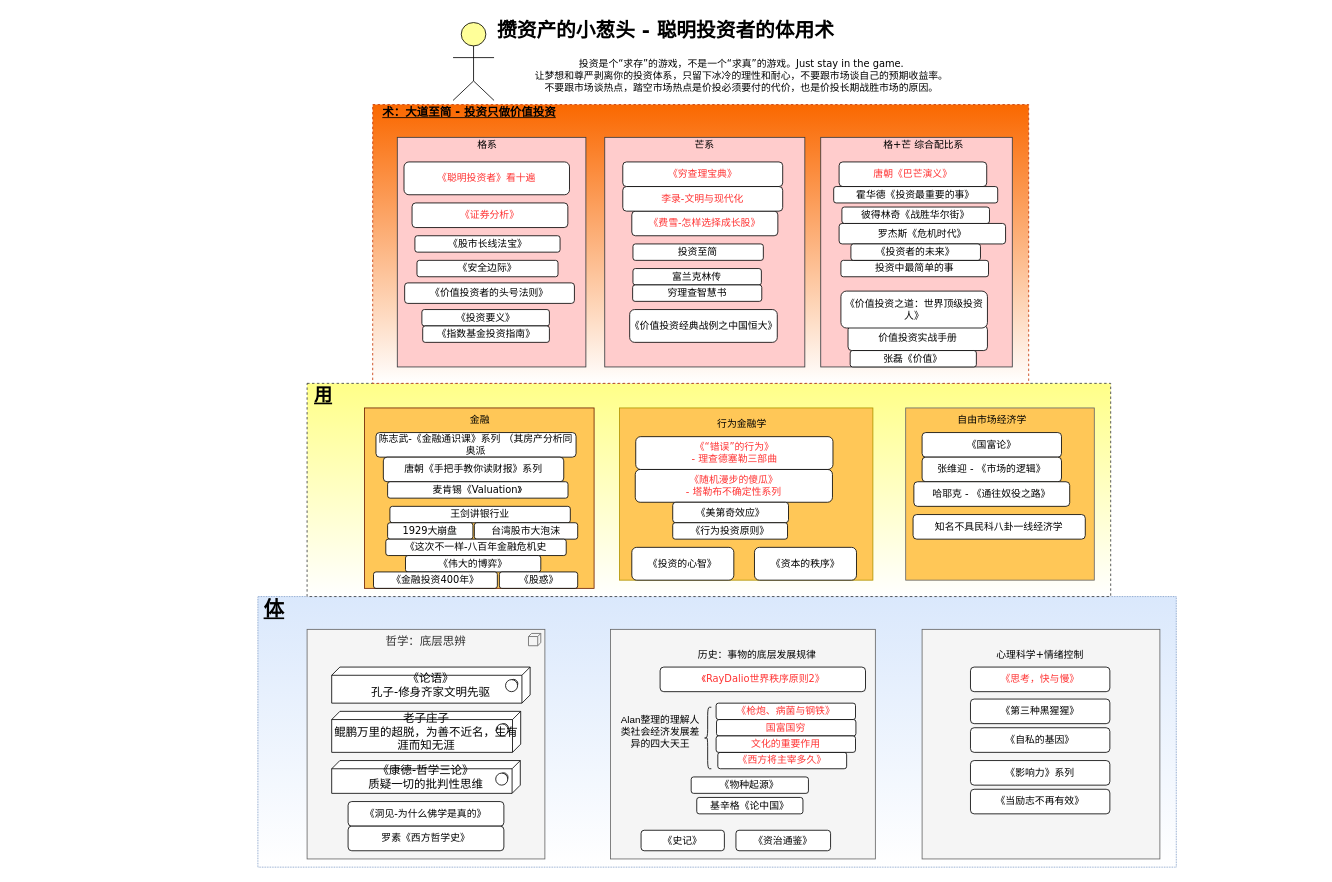
The draw.io diagram investor_books.drawio in eastlakeside/smart-investor, before the edit. Source tidied: cells renumbered, new cells numbered last; positions are measured from the earlier drawing's top-left corner, leaving out a move shared by most shapes. Both pictures are drawn from the tidied source at 82%, with x=0, y=0 at pixel (13, 14).
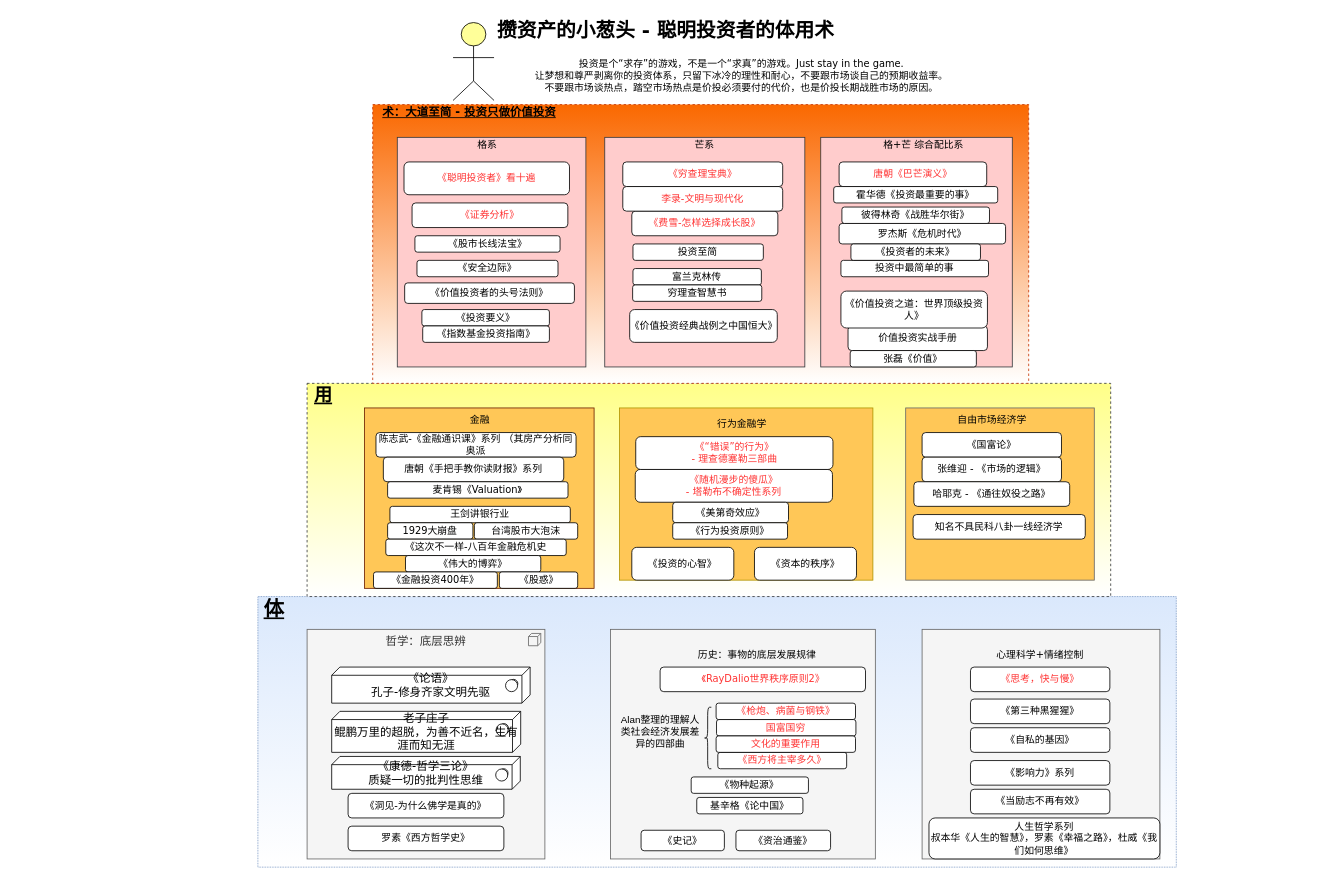
The same page after the edit.

Change to the diagram source:
```diff
@@
     <mxCell id="7" value="《康德-哲学三论》&lt;br&gt;质疑一切的批判性思维" style="html=1;whiteSpace=wrap;shape=mxgraph.archimate3.tech;techType=sysSw;fontSize=14;fontFamily=Verdana;" parent="1" vertex="1">
-      <mxGeometry x="388" y="910" width="230" height="40" as="geometry" />
+      <mxGeometry x="388" y="905" width="230" height="40" as="geometry" />
     </mxCell>
@@
     <mxCell id="61" value="《洞见-为什么佛学是真的》" style="rounded=1;whiteSpace=wrap;html=1;fontFamily=Verdana;" parent="1" vertex="1">
-      <mxGeometry x="408" y="960" width="190" height="30" as="geometry" />
+      <mxGeometry x="408" y="950" width="190" height="30" as="geometry" />
     </mxCell>
@@
-    <mxCell id="74" value="Alan整理的理解人类社会经济发展差异的四大天王" style="text;html=1;strokeColor=none;fillColor=none;align=center;verticalAlign=middle;whiteSpace=wrap;rounded=0;" parent="1" vertex="1">
+    <mxCell id="74" value="Alan整理的理解人类社会经济发展差异的四部曲" style="text;html=1;strokeColor=none;fillColor=none;align=center;verticalAlign=middle;whiteSpace=wrap;rounded=0;" parent="1" vertex="1">
       <mxGeometry x="737" y="830" width="104.2" height="90" as="geometry" />
     </mxCell>
@@
+    <mxCell id="92" value="人生哲学系列&lt;br&gt;叔本华《人生的智慧》，罗素《幸福之路》，杜威《我们如何思维》" style="rounded=1;whiteSpace=wrap;html=1;gradientColor=#ffffff;fontFamily=Verdana;" parent="1" vertex="1">
+      <mxGeometry x="1116.4" y="980" width="281.6" height="50" as="geometry" />
+    </mxCell>
```
